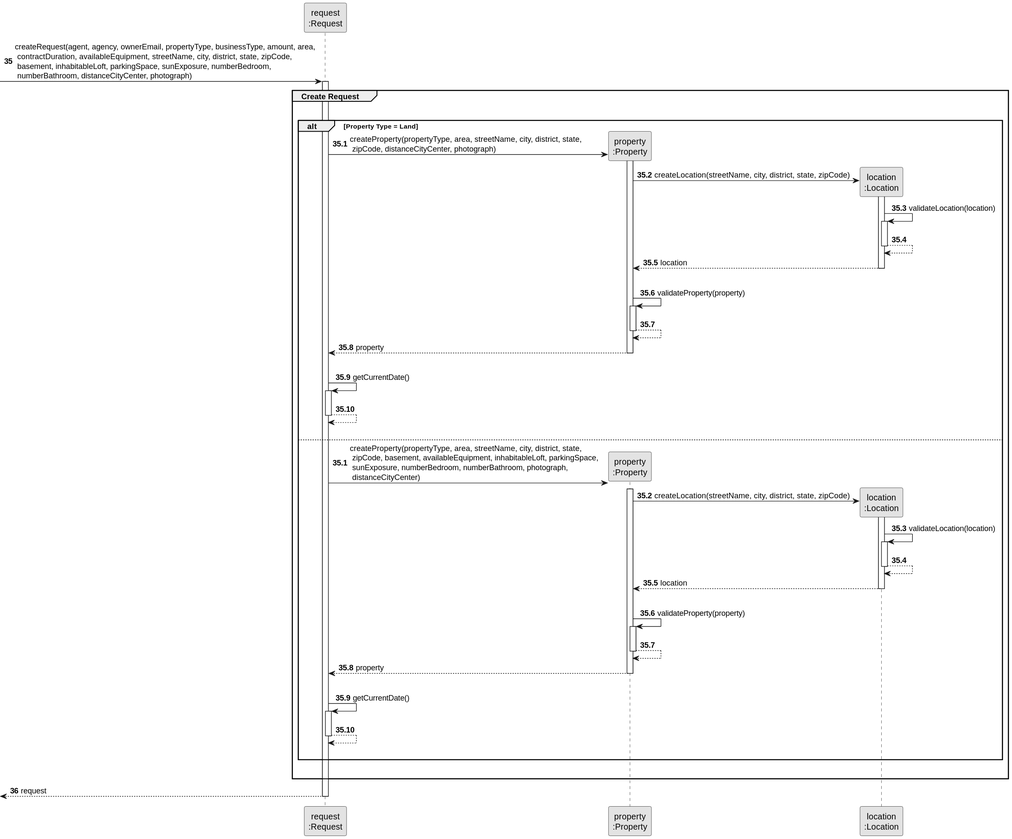
rita-barbosa/LAPR2-2223 keeps this PlantUML diagram as docs/sprintB/us004/03.design/svg/us004-sequence-diagram-partial-create-request.svg. Above is the earlier version. The source it was exported from:
```plantuml
@startuml
skinparam monochrome true
skinparam packageStyle rectangle
skinparam shadowing false

participant "request\n:Request" as REQUEST
participant "property\n:Property" as PROPERTY
participant "location\n:Location" as LOCATION

autonumber 35

        -> REQUEST: createRequest(agent, agency, ownerEmail, propertyType, businessType, amount, area,\n contractDuration, availableEquipment, streetName, city, district, state, zipCode,\n basement, inhabitableLoft, parkingSpace, sunExposure, numberBedroom,\n numberBathroom, distanceCityCenter, photograph)
        activate REQUEST

            group Create Request

            |||
                alt Property Type = Land

                autonumber 35.1

                REQUEST -> PROPERTY** : createProperty(propertyType, area, streetName, city, district, state,\n zipCode, distanceCityCenter, photograph)

                                activate PROPERTY

                               PROPERTY -> LOCATION** : createLocation(streetName, city, district, state, zipCode)

                               activate LOCATION

                               LOCATION -> LOCATION : validateLocation(location)

                                   activate LOCATION

                                   LOCATION --> LOCATION

                                   deactivate LOCATION

                               LOCATION --> PROPERTY : location

                               deactivate LOCATION

                               |||
                               PROPERTY -> PROPERTY : validateProperty(property)

                                    activate PROPERTY

                                    PROPERTY --> PROPERTY

                                    deactivate PROPERTY

                               PROPERTY --> REQUEST : property

                               deactivate PROPERTY

                                |||
                               REQUEST -> REQUEST : getCurrentDate()
                               activate REQUEST

                               REQUEST --> REQUEST :
                               deactivate REQUEST
                |||
                else

                autonumber 35.1

                REQUEST -> PROPERTY** : createProperty(propertyType, area, streetName, city, district, state,\n zipCode, basement, availableEquipment, inhabitableLoft, parkingSpace,\n sunExposure, numberBedroom, numberBathroom, photograph,\n distanceCityCenter)

                activate PROPERTY

               PROPERTY -> LOCATION** : createLocation(streetName, city, district, state, zipCode)

               activate LOCATION

               LOCATION -> LOCATION : validateLocation(location)

                   activate LOCATION

                   LOCATION --> LOCATION

                   deactivate LOCATION

               LOCATION --> PROPERTY : location

               deactivate LOCATION

               |||
               PROPERTY -> PROPERTY : validateProperty(property)

                    activate PROPERTY

                    PROPERTY --> PROPERTY

                    deactivate PROPERTY

               PROPERTY --> REQUEST : property

               deactivate PROPERTY

                |||
               REQUEST -> REQUEST : getCurrentDate()
               activate REQUEST

               REQUEST --> REQUEST :
               deactivate REQUEST

            |||
            end alt

        |||
        end group

        autonumber 36

        <-- REQUEST : request
        deactivate REQUEST
@enduml
```
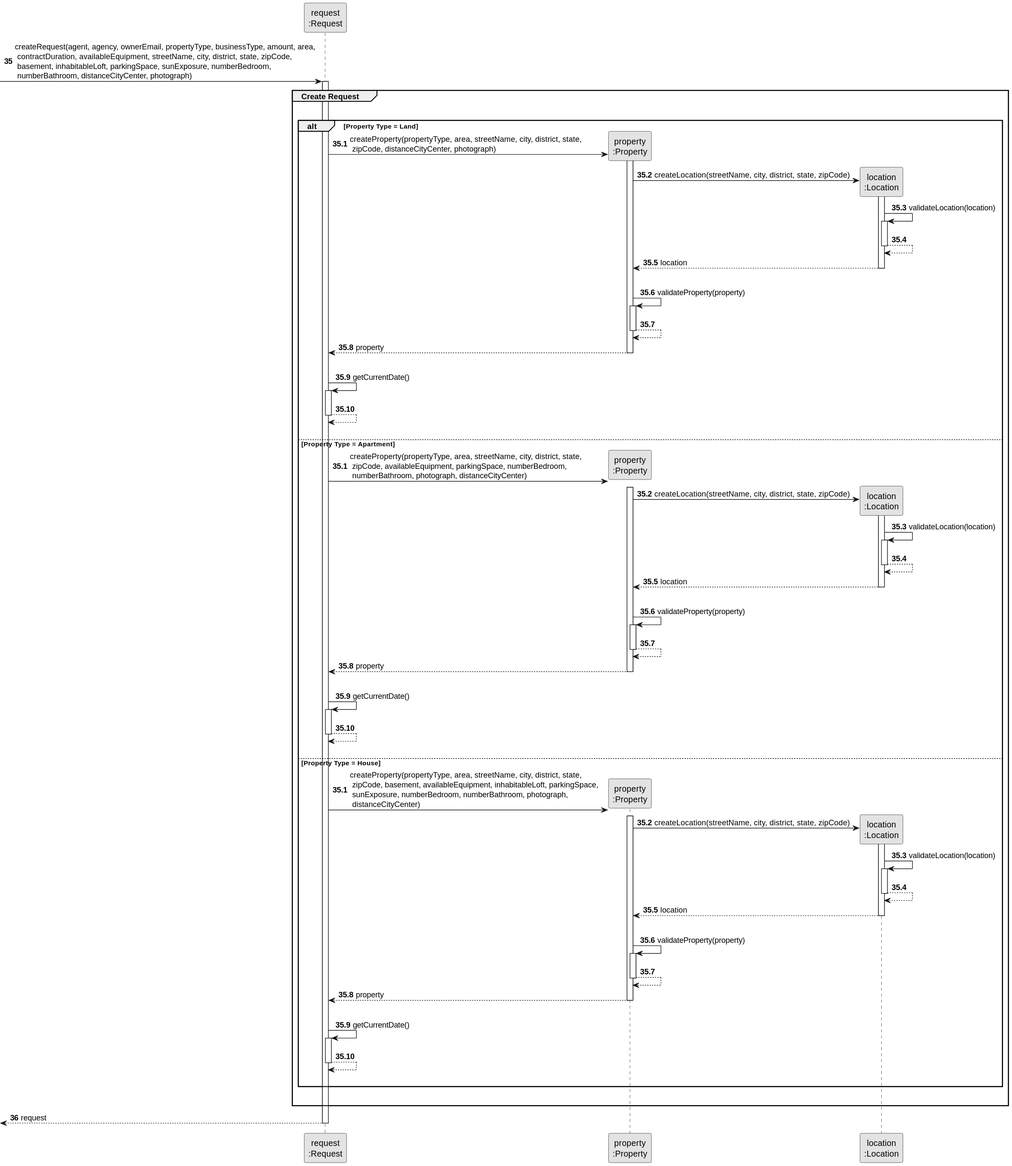
Above is the later version.

Diff of the diagram source:
```diff
@@ -59,9 +59,54 @@
                                REQUEST --> REQUEST :
                                deactivate REQUEST
                 |||
-                else
+                else Property Type = Apartment
 
                 autonumber 35.1
+
+                REQUEST -> PROPERTY** : createProperty(propertyType, area, streetName, city, district, state,\n zipCode, availableEquipment, parkingSpace, numberBedroom,\n numberBathroom, photograph, distanceCityCenter)
+
+                activate PROPERTY
+
+               PROPERTY -> LOCATION** : createLocation(streetName, city, district, state, zipCode)
+
+               activate LOCATION
+
+               LOCATION -> LOCATION : validateLocation(location)
+
+                   activate LOCATION
+
+                   LOCATION --> LOCATION
+
+                   deactivate LOCATION
+
+               LOCATION --> PROPERTY : location
+
+               deactivate LOCATION
+
+               |||
+               PROPERTY -> PROPERTY : validateProperty(property)
+
+                    activate PROPERTY
+
+                    PROPERTY --> PROPERTY
+
+                    deactivate PROPERTY
+
+               PROPERTY --> REQUEST : property
+
+               deactivate PROPERTY
+
+                |||
+               REQUEST -> REQUEST : getCurrentDate()
+               activate REQUEST
+
+               REQUEST --> REQUEST :
+               deactivate REQUEST
+
+            |||
+            else Property Type = House
+
+            autonumber 35.1
 
                 REQUEST -> PROPERTY** : createProperty(propertyType, area, streetName, city, district, state,\n zipCode, basement, availableEquipment, inhabitableLoft, parkingSpace,\n sunExposure, numberBedroom, numberBathroom, photograph,\n distanceCityCenter)
 
@@ -102,7 +147,6 @@
 
                REQUEST --> REQUEST :
                deactivate REQUEST
-
             |||
             end alt
 
```
